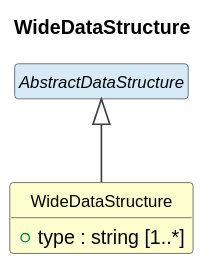
Cross-Domain-Interoperability-Framework/metadataBuildingBlocks keeps this PlantUML diagram as cdif-uml-model/_plantuml/cdifDataStructure/Classes/WideDataStructure.svg. Above is the earlier version.
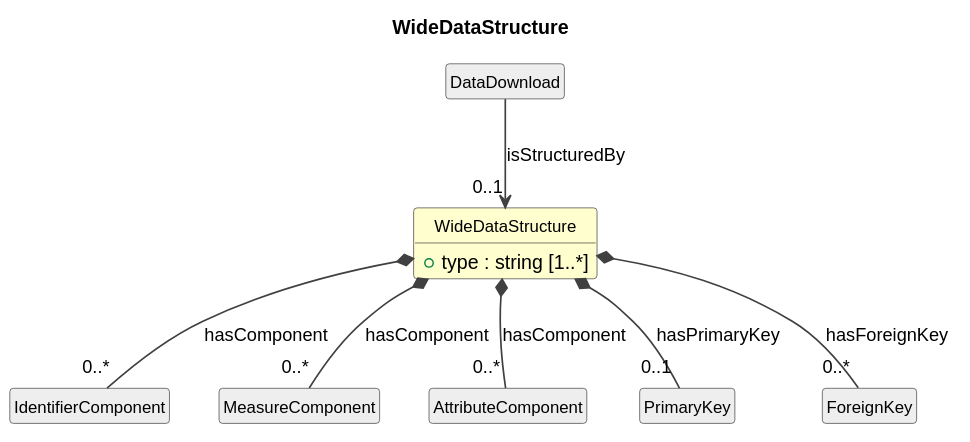
After the change.

Diff of the diagram source:
```diff
@@ -13,6 +13,16 @@
 class "WideDataStructure" as WideDataStructure #FEFECE {
   +type : string [1..*]
 }
-abstract class "AbstractDataStructure" as AbstractDataStructure #D6EAF8
-AbstractDataStructure <|-- WideDataStructure
+class "DataDownload" as DataDownload #EEEEEE
+DataDownload --> "0..1" WideDataStructure : isStructuredBy
+class "IdentifierComponent" as IdentifierComponent #EEEEEE
+WideDataStructure *-- "0..*" IdentifierComponent : hasComponent
+class "MeasureComponent" as MeasureComponent #EEEEEE
+WideDataStructure *-- "0..*" MeasureComponent : hasComponent
+class "AttributeComponent" as AttributeComponent #EEEEEE
+WideDataStructure *-- "0..*" AttributeComponent : hasComponent
+class "PrimaryKey" as PrimaryKey #EEEEEE
+WideDataStructure *-- "0..1" PrimaryKey : hasPrimaryKey
+class "ForeignKey" as ForeignKey #EEEEEE
+WideDataStructure *-- "0..*" ForeignKey : hasForeignKey
 @enduml
```
